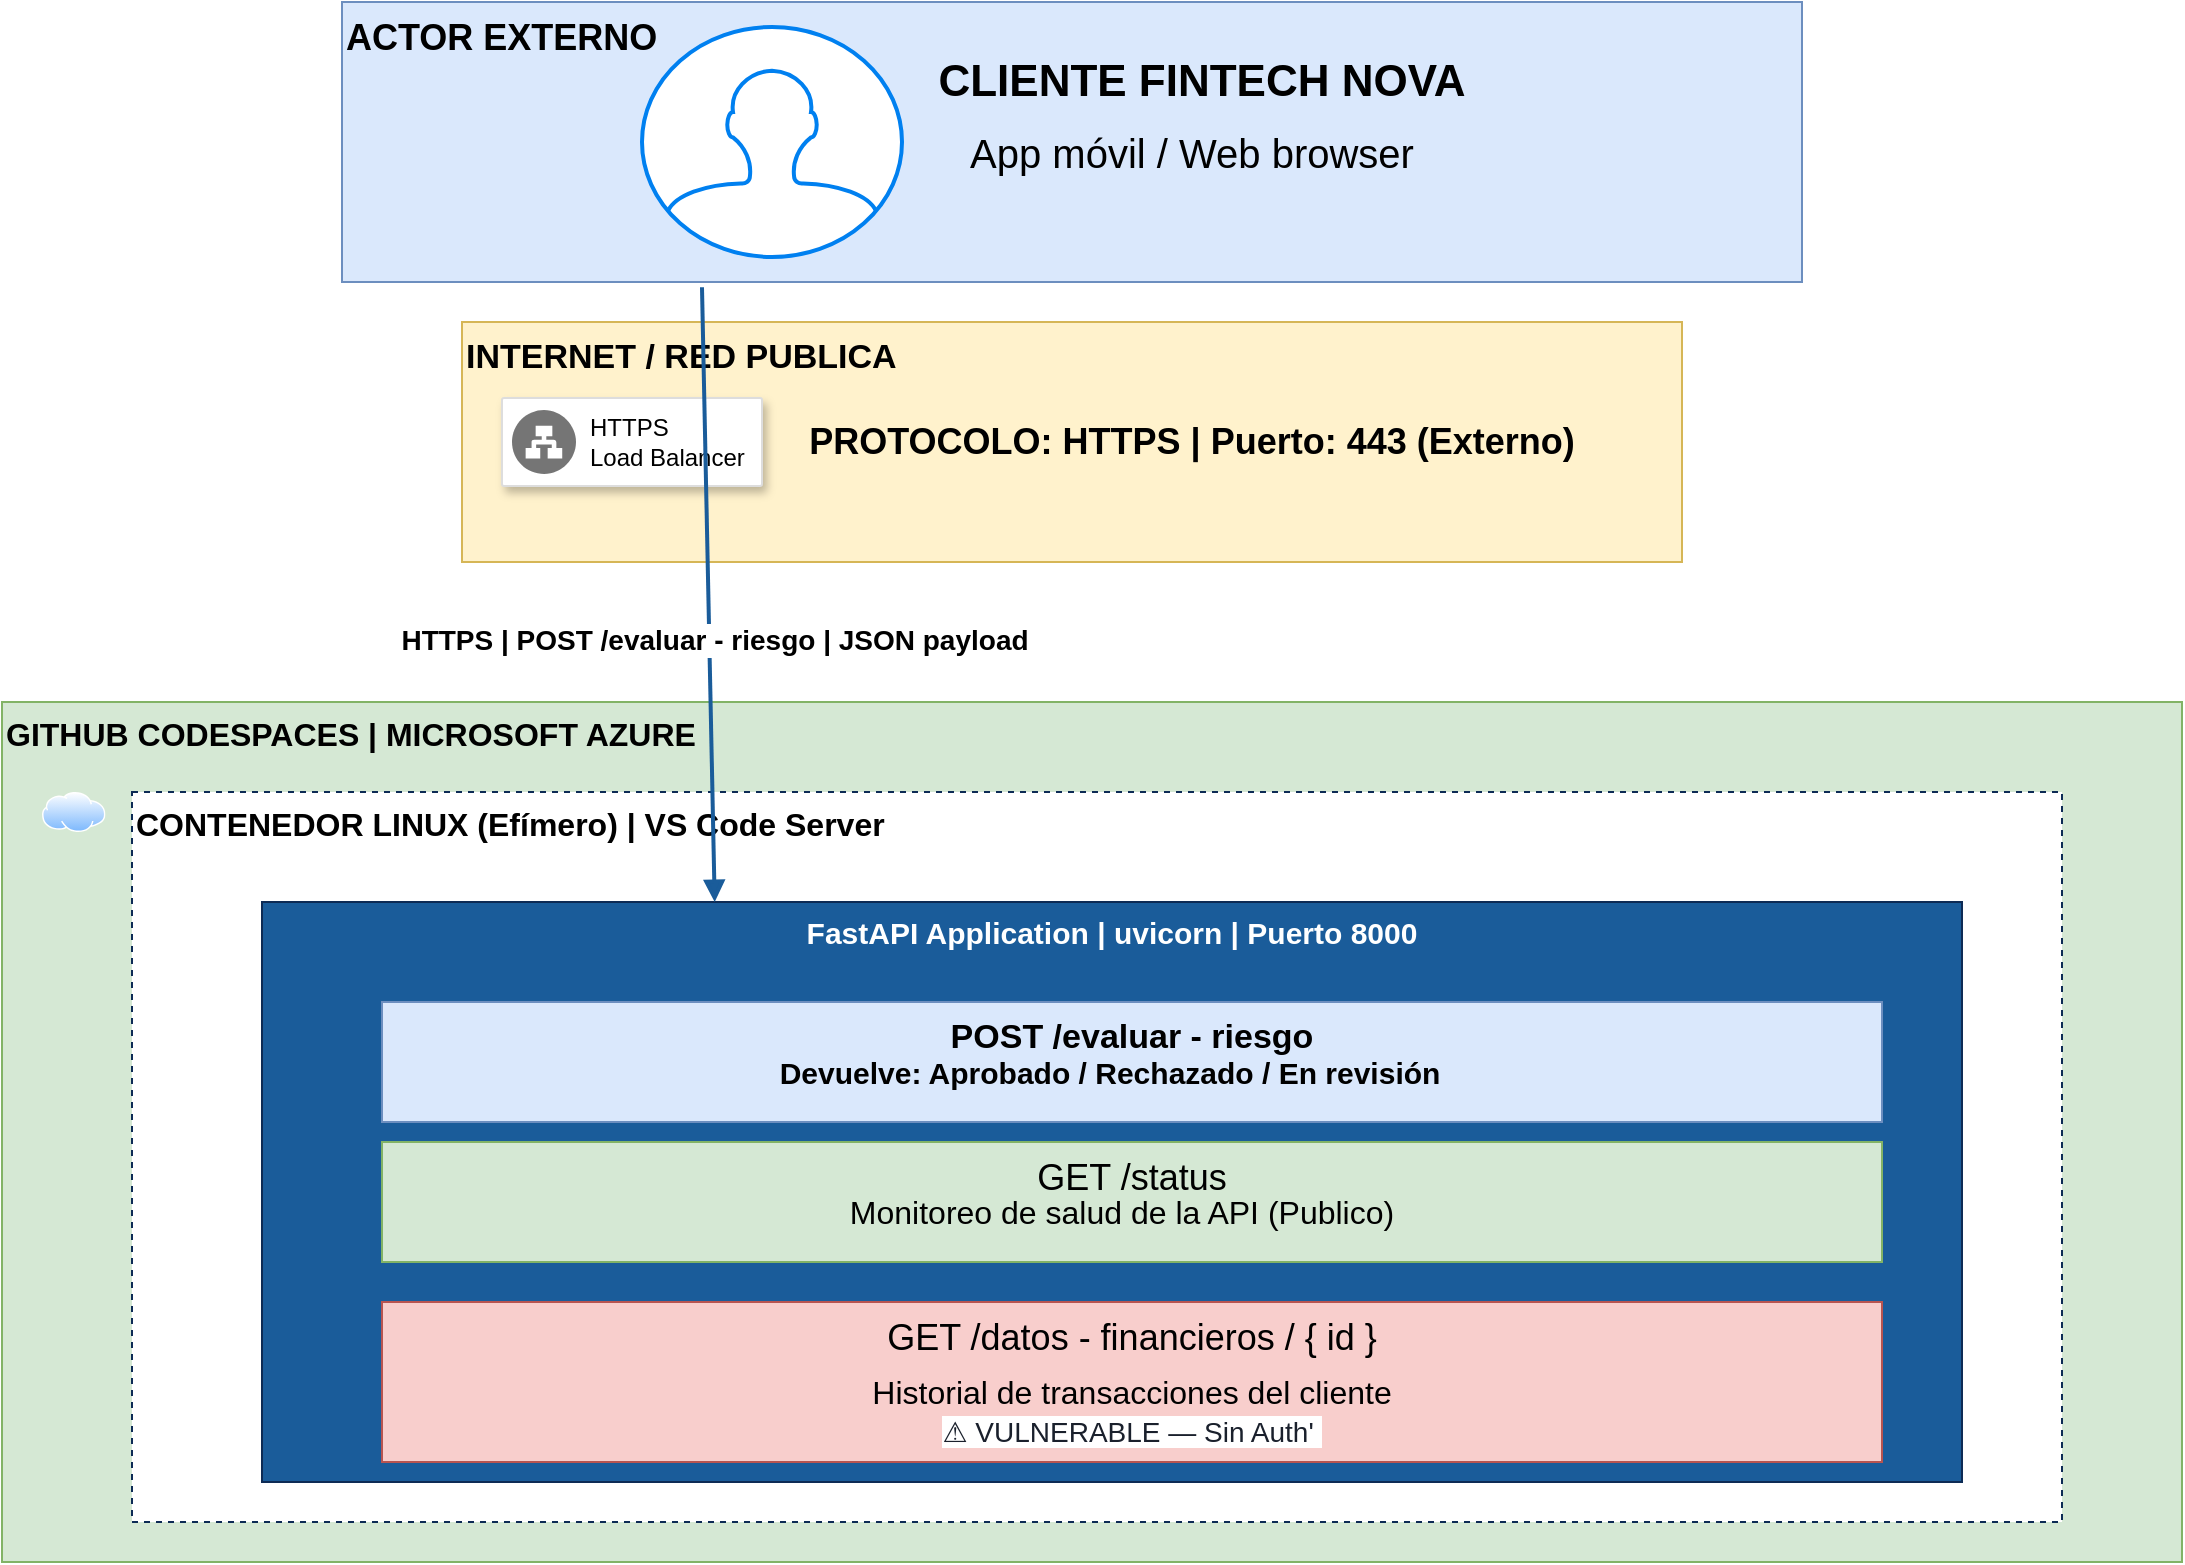
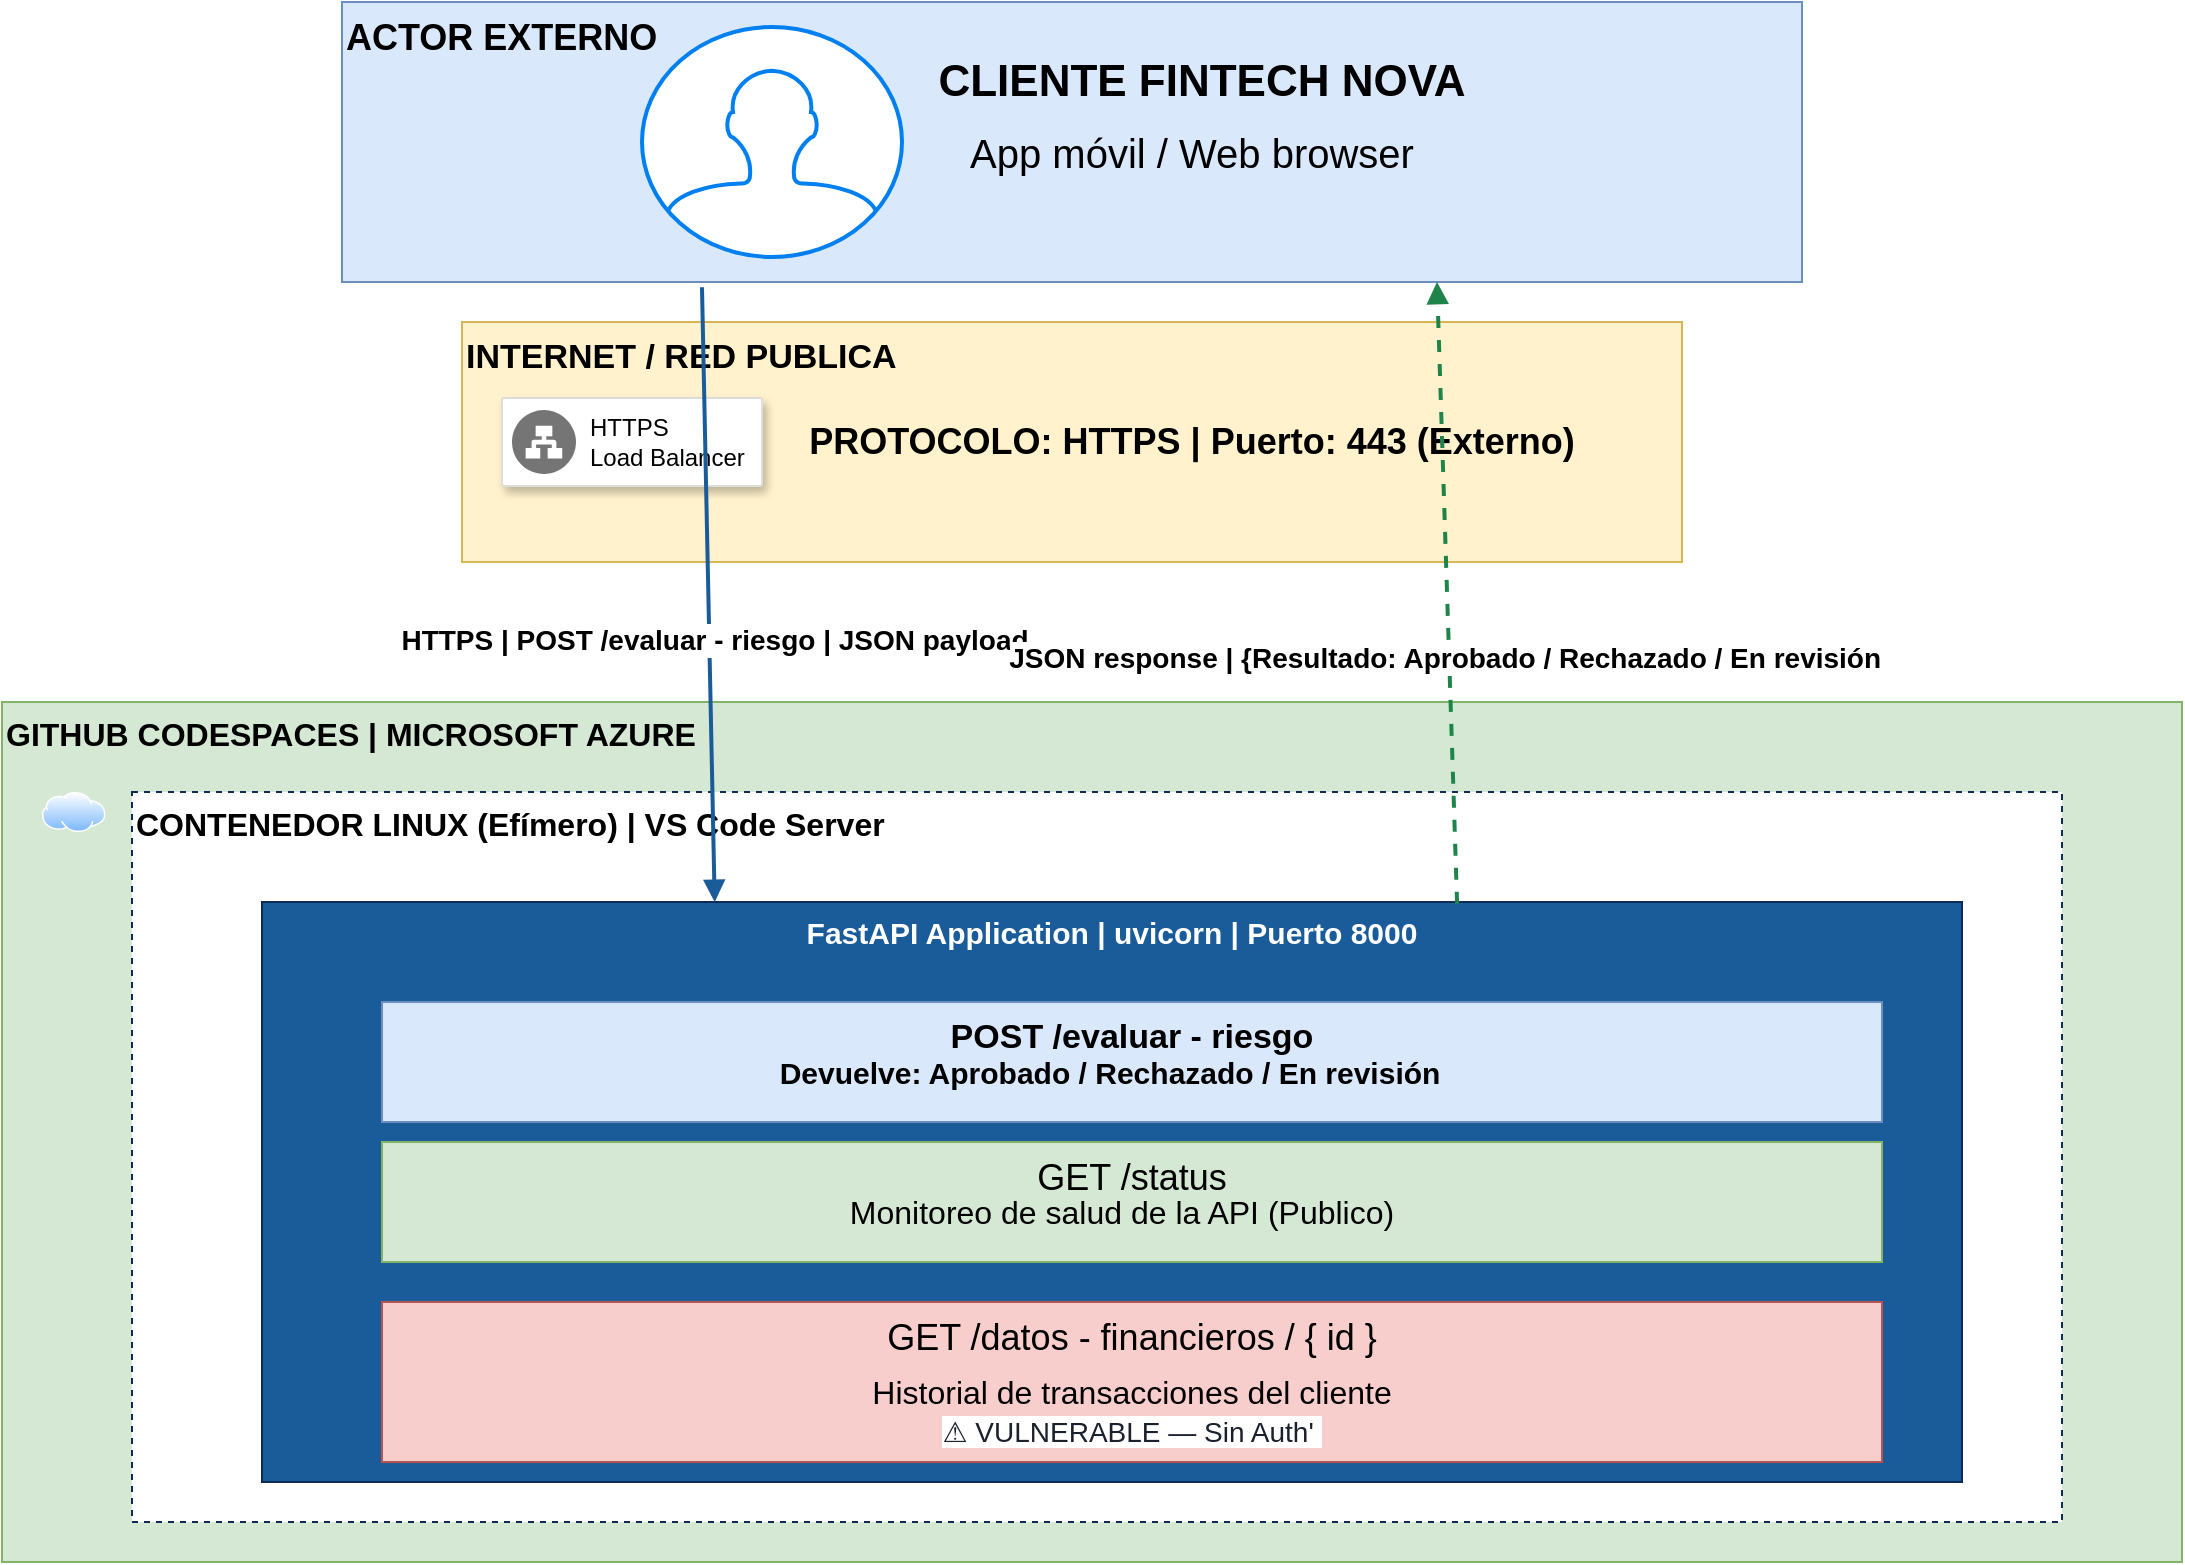
<mxfile host="app.diagrams.net">
  <diagram name="Página-1" id="2bYSpyA3Dfak7f0DMBfR">
    <mxGraphModel dx="921" dy="1059" grid="1" gridSize="10" guides="1" tooltips="1" connect="1" arrows="1" fold="1" page="1" pageScale="1" pageWidth="1169" pageHeight="827" math="0" shadow="0">
      <root>
        <mxCell id="0" />
        <mxCell id="1" parent="0" />
        <mxCell id="TyJ0rt2JkgR6ljCwjSKc-2" parent="1" style="fillColor=#dae8fc;strokeColor=#6c8ebf;fontSize=18;fontStyle=1;align=left;verticalAlign=top;" value="ACTOR EXTERNO" vertex="1">
          <mxGeometry height="140" width="730" x="220" y="30" as="geometry" />
        </mxCell>
        <mxCell id="TyJ0rt2JkgR6ljCwjSKc-3" parent="1" style="fillColor=#fff2cc;strokeColor=#d6b656;fontSize=17;fontStyle=1;align=left;verticalAlign=top;" value="INTERNET / RED PUBLICA" vertex="1">
          <mxGeometry height="120" width="610" x="280" y="190" as="geometry" />
        </mxCell>
        <mxCell id="TyJ0rt2JkgR6ljCwjSKc-4" parent="1" style="fillColor=#d5e8d4;strokeColor=#82b366;fontSize=16;fontStyle=1;align=left;verticalAlign=top;" value="GITHUB CODESPACES | MICROSOFT AZURE" vertex="1">
          <mxGeometry height="430" width="1090" x="50" y="380" as="geometry" />
        </mxCell>
        <mxCell id="TyJ0rt2JkgR6ljCwjSKc-5" parent="1" style="html=1;verticalLabelPosition=bottom;align=center;labelBackgroundColor=#ffffff;verticalAlign=top;strokeWidth=2;strokeColor=#0080F0;shadow=0;dashed=0;shape=mxgraph.ios7.icons.user;" value="" vertex="1">
          <mxGeometry height="115" width="130" x="370" y="42.5" as="geometry" />
        </mxCell>
        <mxCell id="TyJ0rt2JkgR6ljCwjSKc-8" parent="1" style="text;html=1;whiteSpace=wrap;strokeColor=none;fillColor=none;align=center;verticalAlign=middle;rounded=0;fontSize=16;" value="&lt;font style=&quot;font-size: 22px;&quot;&gt;&lt;b&gt;CLIENTE FINTECH NOVA&lt;/b&gt;&lt;/font&gt;" vertex="1">
          <mxGeometry height="40" width="400" x="450" y="50" as="geometry" />
        </mxCell>
        <mxCell id="TyJ0rt2JkgR6ljCwjSKc-9" parent="1" style="text;html=1;whiteSpace=wrap;strokeColor=none;fillColor=none;align=center;verticalAlign=middle;rounded=0;fontSize=16;" value="&lt;font style=&quot;font-size: 20px; color: light-dark(rgb(0, 0, 0), rgb(156, 156, 156));&quot;&gt;App móvil / Web browser&lt;/font&gt;" vertex="1">
          <mxGeometry height="30" width="240" x="525" y="90" as="geometry" />
        </mxCell>
        <mxCell id="TyJ0rt2JkgR6ljCwjSKc-10" parent="1" style="text;html=1;whiteSpace=wrap;strokeColor=none;fillColor=none;align=center;verticalAlign=middle;rounded=0;fontSize=16;" value="&lt;b&gt;&lt;font style=&quot;font-size: 18px;&quot;&gt;PROTOCOLO: HTTPS | Puerto: 443 (Externo)&lt;/font&gt;&lt;/b&gt;" vertex="1">
          <mxGeometry height="15" width="390" x="450" y="242.5" as="geometry" />
        </mxCell>
        <mxCell id="TyJ0rt2JkgR6ljCwjSKc-12" parent="1" style="strokeColor=#dddddd;fillColor=#FFFFFF;shadow=1;strokeWidth=1;rounded=1;absoluteArcSize=1;arcSize=2;" value="" vertex="1">
          <mxGeometry height="44" width="130" x="300" y="228" as="geometry" />
        </mxCell>
        <mxCell id="TyJ0rt2JkgR6ljCwjSKc-13" parent="TyJ0rt2JkgR6ljCwjSKc-12" style="sketch=0;dashed=0;connectable=0;html=1;fillColor=#757575;strokeColor=none;shape=mxgraph.gcp2.network_load_balancer;part=1;labelPosition=right;verticalLabelPosition=middle;align=left;verticalAlign=middle;spacingLeft=5;fontSize=12;" value="HTTPS&#xa;Load Balancer" vertex="1">
          <mxGeometry height="32" relative="1" width="32" y="0.5" as="geometry">
            <mxPoint x="5" y="-16" as="offset" />
          </mxGeometry>
        </mxCell>
        <mxCell id="TyJ0rt2JkgR6ljCwjSKc-14" parent="1" style="fillColor=#ffffff;strokeColor=#0D2B55;dashed=1;align=left;verticalAlign=top;fontSize=16;fontStyle=1" value="CONTENEDOR LINUX (Efímero) | VS Code Server" vertex="1">
          <mxGeometry height="365" width="965" x="115" y="425" as="geometry" />
        </mxCell>
        <mxCell id="TyJ0rt2JkgR6ljCwjSKc-15" parent="1" style="image;aspect=fixed;perimeter=ellipsePerimeter;html=1;align=center;shadow=0;dashed=0;spacingTop=3;image=img/lib/active_directory/internet_cloud.svg;" value="" vertex="1">
          <mxGeometry height="20" width="31.75" x="70" y="425" as="geometry" />
        </mxCell>
        <mxCell id="TyJ0rt2JkgR6ljCwjSKc-18" parent="1" style="fillColor=#1A5C9A;fontColor=#ffffff;strokeColor=#0D2B55;verticalAlign=top;fontSize=15;fontStyle=1" value="FastAPI Application | uvicorn | Puerto 8000" vertex="1">
          <mxGeometry height="290" width="850" x="180" y="480" as="geometry" />
        </mxCell>
        <mxCell id="TyJ0rt2JkgR6ljCwjSKc-20" parent="1" style="fillColor=#dae8fc;strokeColor=#6c8ebf;fontStyle=1;fontSize=17;verticalAlign=top;" value="POST /evaluar - riesgo&#xa;" vertex="1">
          <mxGeometry height="60" width="750" x="240" y="530" as="geometry" />
        </mxCell>
        <mxCell id="TyJ0rt2JkgR6ljCwjSKc-21" parent="1" style="fillColor=#d5e8d4;strokeColor=#82b366;verticalAlign=top;fontSize=18;" value="GET /status" vertex="1">
          <mxGeometry height="60" width="750" x="240" y="600" as="geometry" />
        </mxCell>
        <mxCell id="TyJ0rt2JkgR6ljCwjSKc-22" parent="1" style="fillColor=#f8cecc;strokeColor=#b85450;verticalAlign=top;fontSize=18;" value="GET /datos - financieros / { id }" vertex="1">
          <mxGeometry height="80" width="750" x="240" y="680" as="geometry" />
        </mxCell>
        <mxCell id="TyJ0rt2JkgR6ljCwjSKc-23" parent="1" style="text;html=1;whiteSpace=wrap;strokeColor=none;fillColor=none;align=center;verticalAlign=middle;rounded=0;fontSize=16;" value="&lt;span style=&quot;font-size: 15px; font-weight: 700; white-space: nowrap;&quot;&gt;&lt;font style=&quot;color: light-dark(rgb(0, 0, 0), rgb(156, 156, 156));&quot;&gt;Devuelve: Aprobado / Rechazado / En revisión&lt;/font&gt;&lt;/span&gt;" vertex="1">
          <mxGeometry height="30" width="48" x="580" y="550" as="geometry" />
        </mxCell>
        <mxCell id="TyJ0rt2JkgR6ljCwjSKc-25" parent="1" style="text;html=1;whiteSpace=wrap;strokeColor=none;fillColor=none;align=center;verticalAlign=middle;rounded=0;fontSize=16;" value="&lt;font style=&quot;color: light-dark(rgb(0, 0, 0), rgb(156, 156, 156));&quot;&gt;Monitoreo de salud de la API (Publico)&lt;/font&gt;" vertex="1">
          <mxGeometry height="30" width="280" x="470" y="620" as="geometry" />
        </mxCell>
        <mxCell id="TyJ0rt2JkgR6ljCwjSKc-26" parent="1" style="text;html=1;whiteSpace=wrap;strokeColor=none;fillColor=none;align=center;verticalAlign=middle;rounded=0;fontSize=16;" value="&lt;font style=&quot;color: light-dark(rgb(0, 0, 0), rgb(156, 156, 156));&quot;&gt;Historial de transacciones del cliente&lt;/font&gt;&lt;div&gt;&lt;font style=&quot;color: light-dark(rgb(0, 0, 0), rgb(255, 102, 102));&quot;&gt;&lt;span data-contrast=&quot;none&quot; lang=&quot;EN-US&quot; class=&quot;TextRun SCXW103896375 BCX0&quot; style=&quot;-webkit-user-drag: none; -webkit-tap-highlight-color: transparent; margin: 0px; padding: 0px; user-select: text; text-align: left; background-color: rgb(255, 255, 255); font-size: 10.5pt; line-height: 18.3458px; font-family: Calibri, Calibri_EmbeddedFont, Calibri_MSFontService, sans-serif; font-variant-ligatures: none !important; color: rgb(26, 32, 44);&quot;&gt;&lt;span class=&quot;NormalTextRun SCXW103896375 BCX0&quot; style=&quot;-webkit-user-drag: none; -webkit-tap-highlight-color: transparent; margin: 0px; padding: 0px; user-select: text;&quot;&gt;⚠ VULNERABLE — Sin Auth&#39;&lt;/span&gt;&lt;/span&gt;&lt;span class=&quot;EOP SCXW103896375 BCX0&quot; data-ccp-props=&quot;{&amp;quot;335559738&amp;quot;:30,&amp;quot;335559739&amp;quot;:38}&quot; style=&quot;-webkit-user-drag: none; -webkit-tap-highlight-color: transparent; margin: 0px; padding: 0px; user-select: text; text-align: left; background-color: rgb(255, 255, 255); font-size: 10.5pt; line-height: 18.3458px; font-family: Calibri, Calibri_EmbeddedFont, Calibri_MSFontService, sans-serif; color: rgb(26, 32, 44);&quot;&gt;&amp;nbsp;&lt;/span&gt;&lt;/font&gt;&lt;/div&gt;" vertex="1">
          <mxGeometry height="30" width="390" x="420" y="720" as="geometry" />
        </mxCell>
        <mxCell id="TyJ0rt2JkgR6ljCwjSKc-31" edge="1" parent="1" style="endArrow=block;strokeColor=#1A5C9A;strokeWidth=2;">
          <mxGeometry relative="1" as="geometry">
            <mxPoint x="399.99666666666656" y="172.61" as="sourcePoint" />
            <mxPoint x="406.35000000000014" y="480.0000000000001" as="targetPoint" />
          </mxGeometry>
        </mxCell>
        <mxCell id="TyJ0rt2JkgR6ljCwjSKc-32" connectable="0" parent="TyJ0rt2JkgR6ljCwjSKc-31" style="edgeLabel;html=1;align=center;verticalAlign=middle;resizable=0;points=[];fontSize=12;fontFamily=Helvetica;fontColor=default;fontStyle=0;labelBackgroundColor=default;" value="&lt;font style=&quot;font-size: 14px;&quot;&gt;&lt;b&gt;HTTPS | POST /evaluar - riesgo | JSON payload&lt;/b&gt;&lt;/font&gt;" vertex="1">
          <mxGeometry relative="1" x="0.1479" y="2" as="geometry">
            <mxPoint as="offset" />
          </mxGeometry>
        </mxCell>
+         <mxCell id="TyJ0rt2JkgR6ljCwjSKc-33" edge="1" parent="1" source="TyJ0rt2JkgR6ljCwjSKc-18" style="endArrow=block;dashed=1;strokeColor=#1E8449;strokeWidth=2;entryX=0.75;entryY=1;entryDx=0;entryDy=0;exitX=0.703;exitY=0.003;exitDx=0;exitDy=0;exitPerimeter=0;" target="TyJ0rt2JkgR6ljCwjSKc-2">
+           <mxGeometry relative="1" as="geometry">
+             <mxPoint x="750" y="490" as="sourcePoint" />
+             <mxPoint x="731.4500000000002" y="169.99999999999997" as="targetPoint" />
+           </mxGeometry>
+         </mxCell>
+         <mxCell id="TyJ0rt2JkgR6ljCwjSKc-34" connectable="0" parent="TyJ0rt2JkgR6ljCwjSKc-33" style="edgeLabel;html=1;align=center;verticalAlign=middle;resizable=0;points=[];fontSize=12;fontFamily=Helvetica;fontColor=default;fontStyle=0;labelBackgroundColor=default;" value="&lt;b&gt;&lt;font style=&quot;font-size: 14px;&quot;&gt;JSON response | {Resultado: Aprobado / Rechazado / En revisión&amp;nbsp;&lt;/font&gt;&lt;/b&gt;" vertex="1">
+           <mxGeometry relative="1" x="-0.2044" y="1" as="geometry">
+             <mxPoint as="offset" />
+           </mxGeometry>
+         </mxCell>
      </root>
    </mxGraphModel>
  </diagram>
</mxfile>
